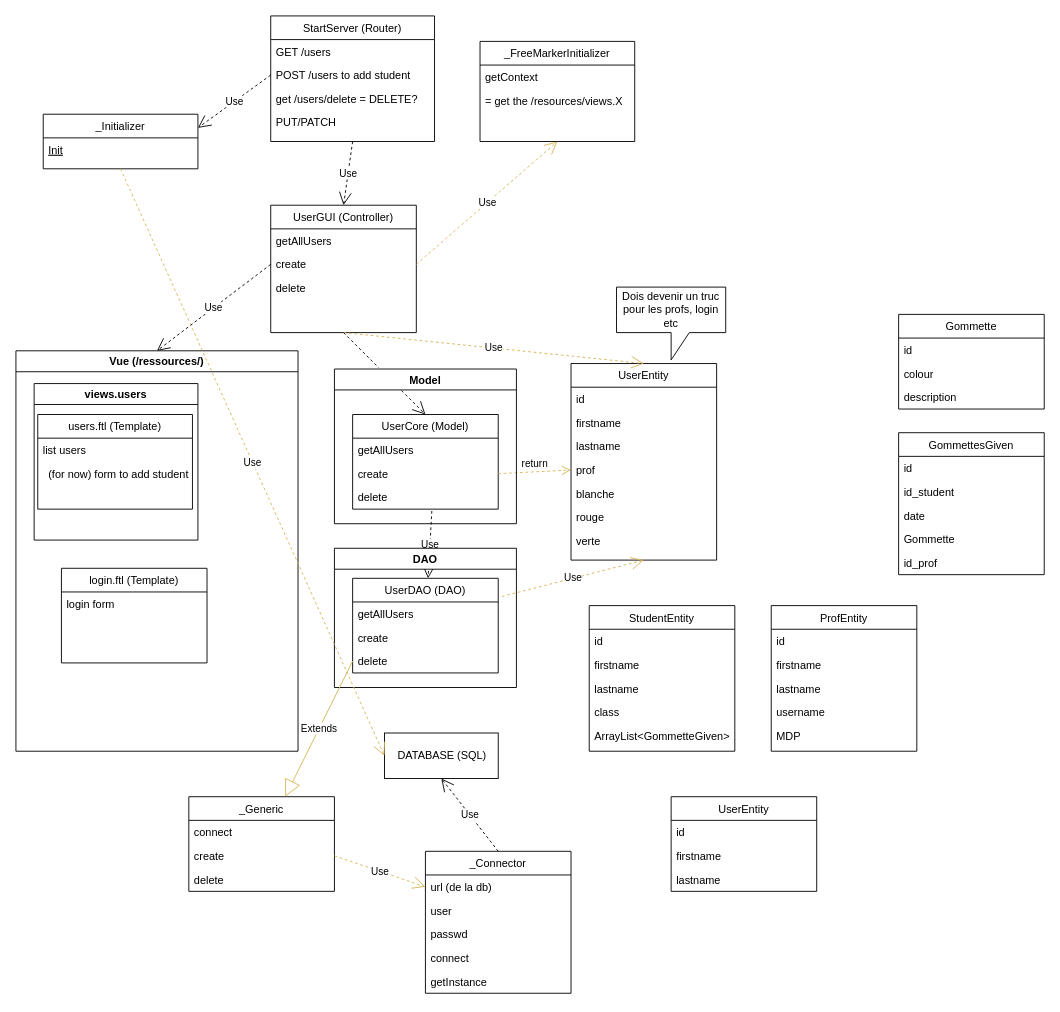
This is Untitled Diagram.drawio from KPq66dw8L/lilFirewall, a draw.io file, before an edit. Source tidied: cells renumbered, new cells numbered last; positions are measured from the earlier drawing's top-left corner, leaving out a move shared by most shapes. Both pictures are drawn from the tidied source at 91%, with x=0, y=0 at pixel (15, 15).
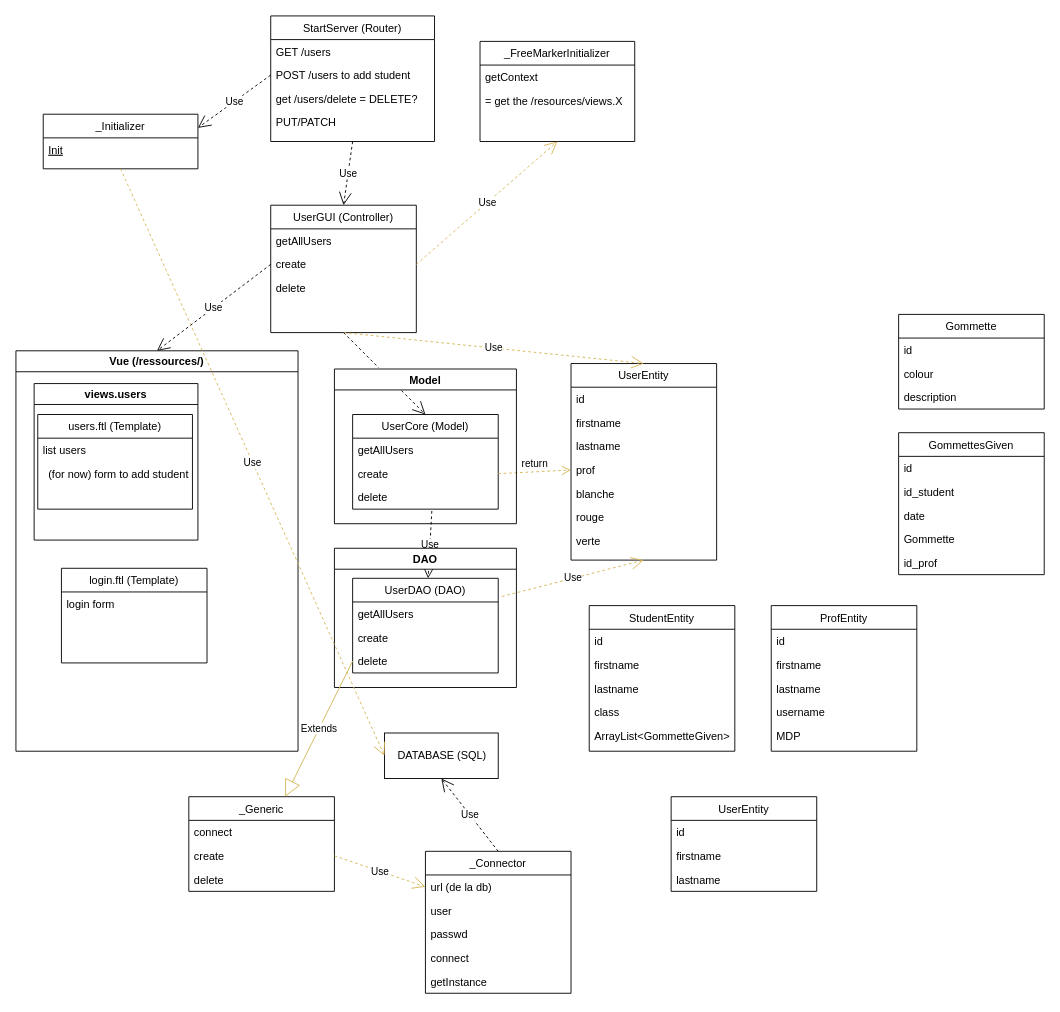
The same diagram, later.

Diff of the diagram source:
```diff
@@
-    <mxCell id="54" value="Dois devenir un truc pour les profs, login etc" style="shape=callout;whiteSpace=wrap;html=1;perimeter=calloutPerimeter;" parent="1" vertex="1">
-      <mxGeometry x="660" y="298" width="120" height="80" as="geometry" />
-    </mxCell>
```
